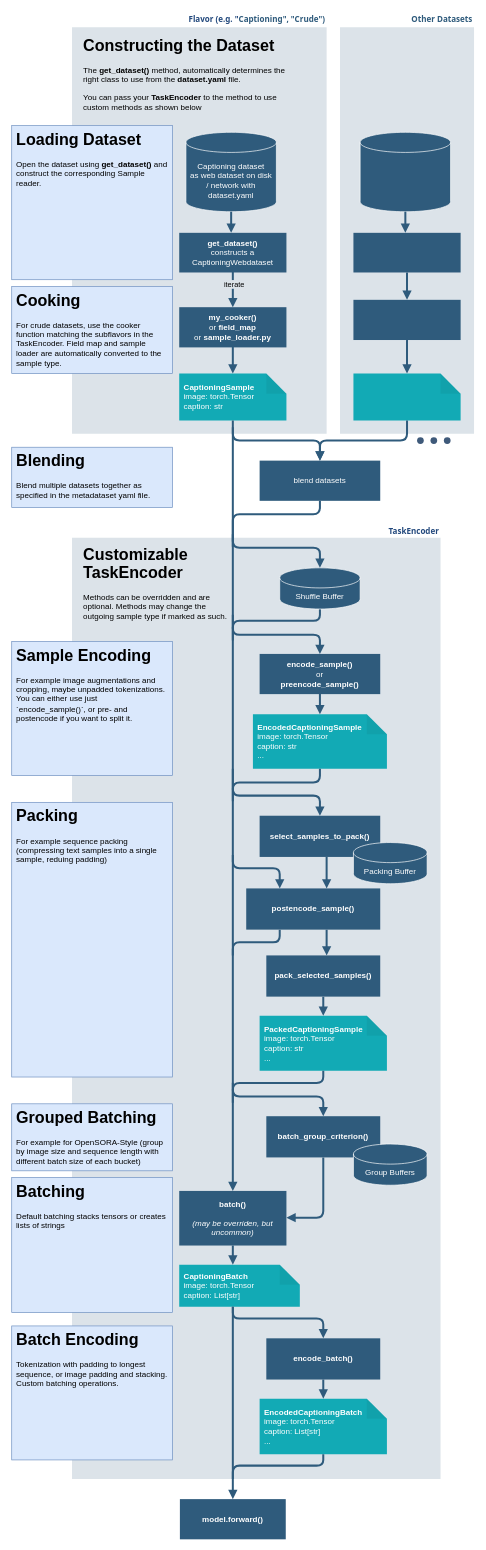
Before: docs/source/images/data_flow.drawio in NVIDIA/Megatron-Energon, a draw.io diagram. Source tidied: cells renumbered, new cells numbered last; positions are measured from the earlier drawing's top-left corner, leaving out a move shared by most shapes. Both pictures are drawn from the tidied source at 67%, with x=0, y=0 at pixel (11, 11).
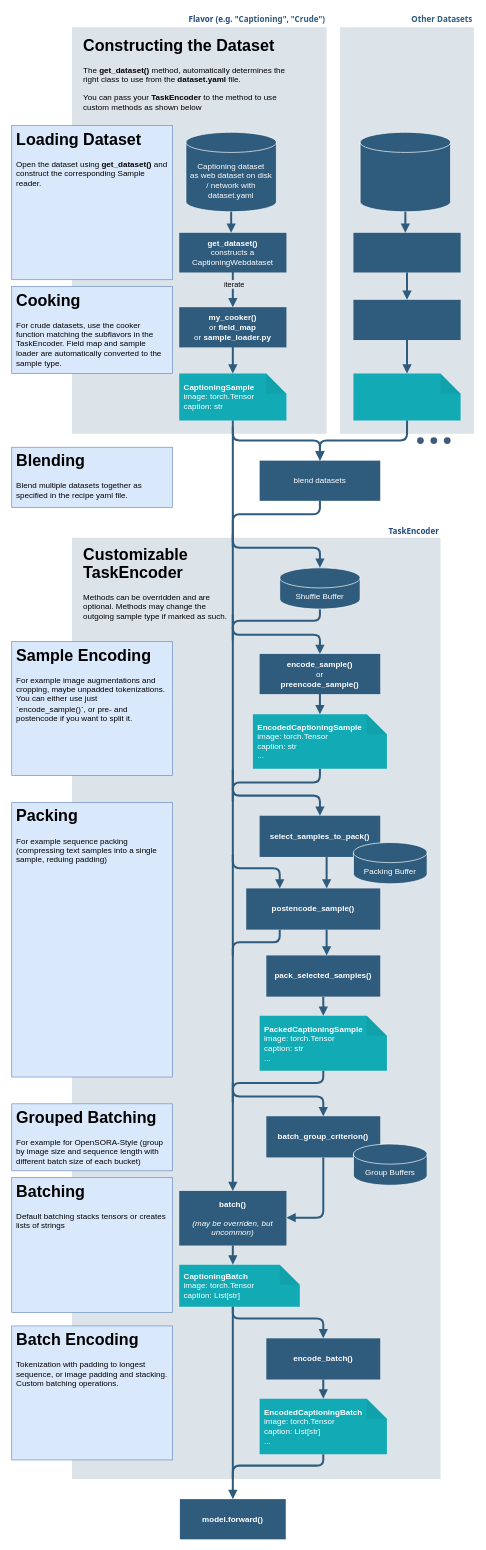
The same page after the edit.

The edit, as a diff of the source:
```diff
@@
-    <mxCell id="58" value="&lt;h1 style=&quot;line-height: 110%;&quot;&gt;Blending&lt;/h1&gt;&lt;p style=&quot;line-height: 120%;&quot;&gt;Blend multiple datasets together as specified in the metadataset yaml file.&lt;/p&gt;" style="text;html=1;strokeColor=#6c8ebf;fillColor=#dae8fc;spacing=7;spacingTop=-20;whiteSpace=wrap;overflow=hidden;rounded=0;" parent="1" vertex="1">
+    <mxCell id="58" value="&lt;h1 style=&quot;line-height: 110%;&quot;&gt;Blending&lt;/h1&gt;&lt;p style=&quot;line-height: 120%;&quot;&gt;Blend multiple datasets together as specified in the recipe yaml file.&lt;/p&gt;" style="text;html=1;strokeColor=#6c8ebf;fillColor=#dae8fc;spacing=7;spacingTop=-20;whiteSpace=wrap;overflow=hidden;rounded=0;" parent="1" vertex="1">
       <mxGeometry y="650" width="240" height="90" as="geometry" />
     </mxCell>
```
